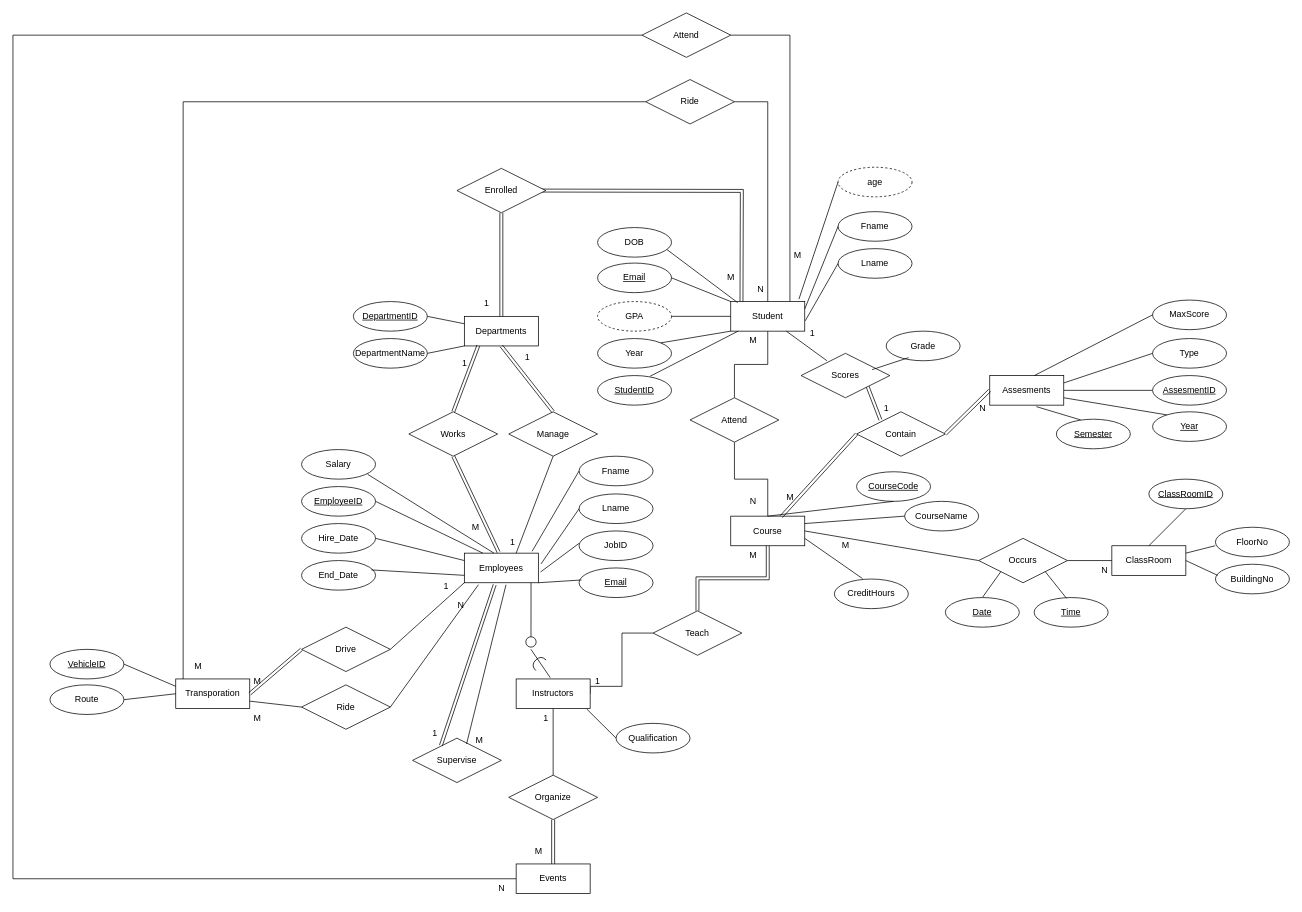
Before: FacultyERD.drawio in seiffmohamedd/University_DBMS, a draw.io diagram. Source tidied: cells renumbered, new cells numbered last; positions are measured from the earlier drawing's top-left corner, leaving out a move shared by most shapes. Both pictures are drawn from the tidied source at 74%, with x=0, y=0 at pixel (13, 13).
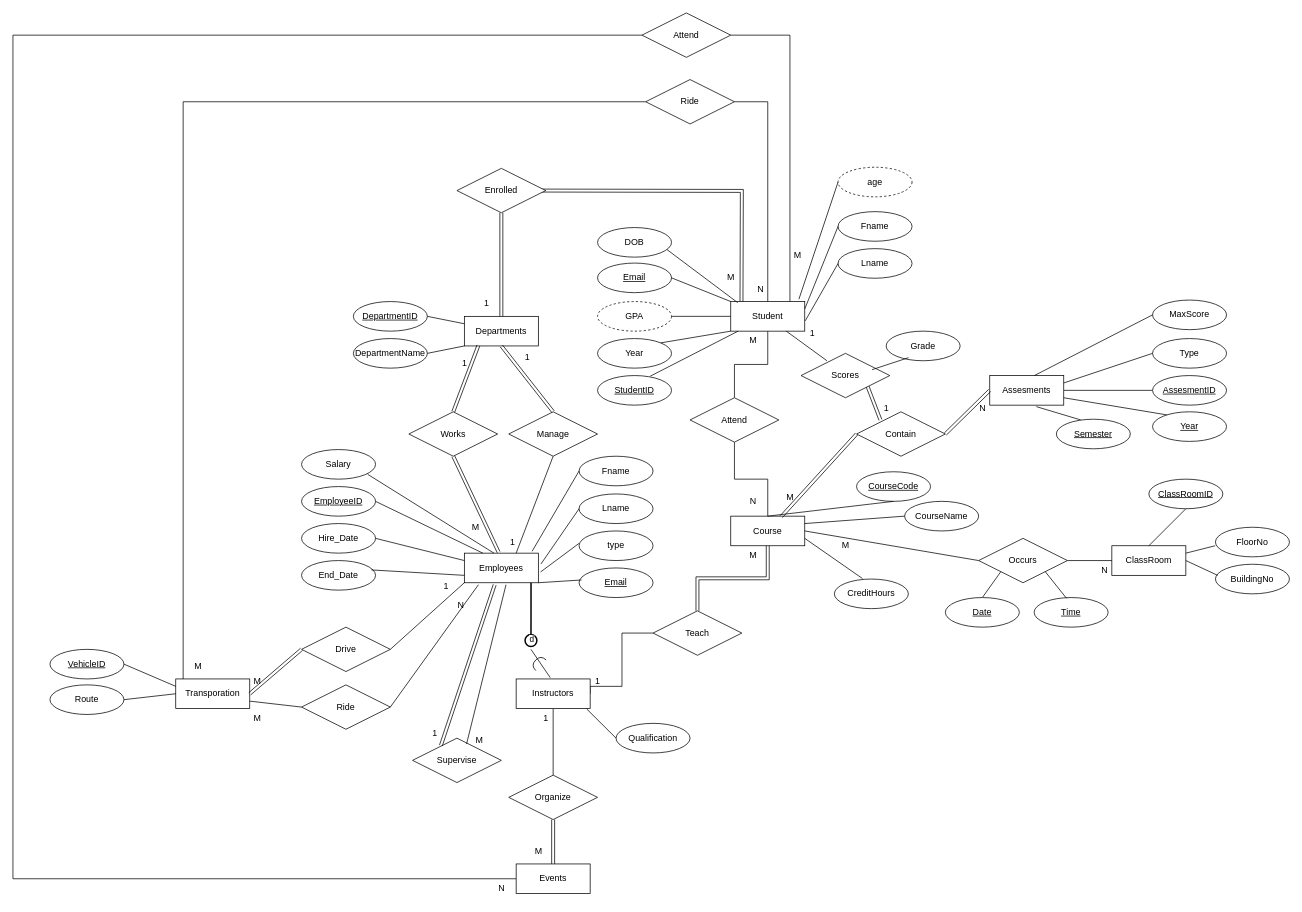
The same page after the edit.

Commit message (it also covers changes not shown here):
ERD Relations added , Mapping MStone

The edit, as a diff of the source:
```diff
@@
-    <mxCell id="8" style="edgeStyle=orthogonalEdgeStyle;rounded=0;orthogonalLoop=1;jettySize=auto;html=1;exitX=0.5;exitY=1;exitDx=0;exitDy=0;endArrow=circle;endFill=0;" parent="1" edge="1">
+    <mxCell id="8" style="edgeStyle=orthogonalEdgeStyle;rounded=0;orthogonalLoop=1;jettySize=auto;html=1;exitX=0.5;exitY=1;exitDx=0;exitDy=0;endArrow=circle;endFill=0;strokeWidth=2;" parent="1" edge="1">
       <mxGeometry relative="1" as="geometry">
         <mxPoint x="700.1" y="768" as="sourcePoint" />
         <mxPoint x="700" y="858" as="targetPoint" />
         <Array as="points">
           <mxPoint x="700.1" y="808" />
           <mxPoint x="700.1" y="808" />
         </Array>
       </mxGeometry>
     </mxCell>
+    <mxCell id="154" value="d" style="edgeLabel;html=1;align=center;verticalAlign=middle;" parent="8" vertex="1">
+      <mxGeometry x="0.87" relative="1" as="geometry">
+        <mxPoint y="-5" as="offset" />
+      </mxGeometry>
+    </mxCell>
@@
-    <mxCell id="21" value="JobID" style="ellipse;whiteSpace=wrap;html=1;align=center;" parent="1" vertex="1">
+    <mxCell id="21" value="type" style="ellipse;whiteSpace=wrap;html=1;align=center;" parent="1" vertex="1">
       <mxGeometry x="765" y="700" width="100" height="40" as="geometry" />
     </mxCell>
```
